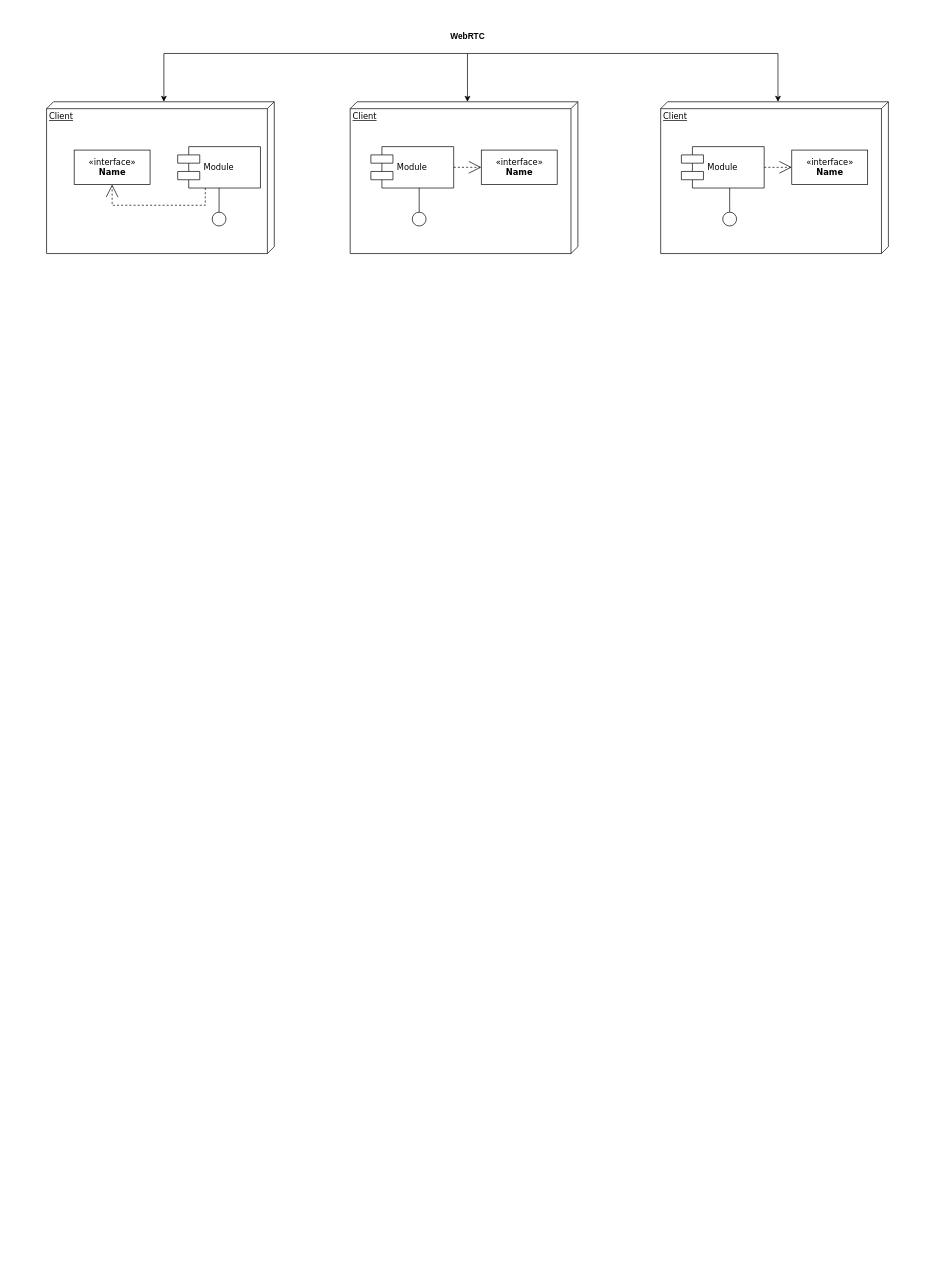
This is Untitled Diagram.drawio from P72024/P7Project, a draw.io file, before an edit. Source tidied: cells renumbered, new cells numbered last; positions are measured from the earlier drawing's top-left corner, leaving out a move shared by most shapes. Both pictures are drawn from the tidied source at 69%, with x=0, y=0 at pixel (46, 26).
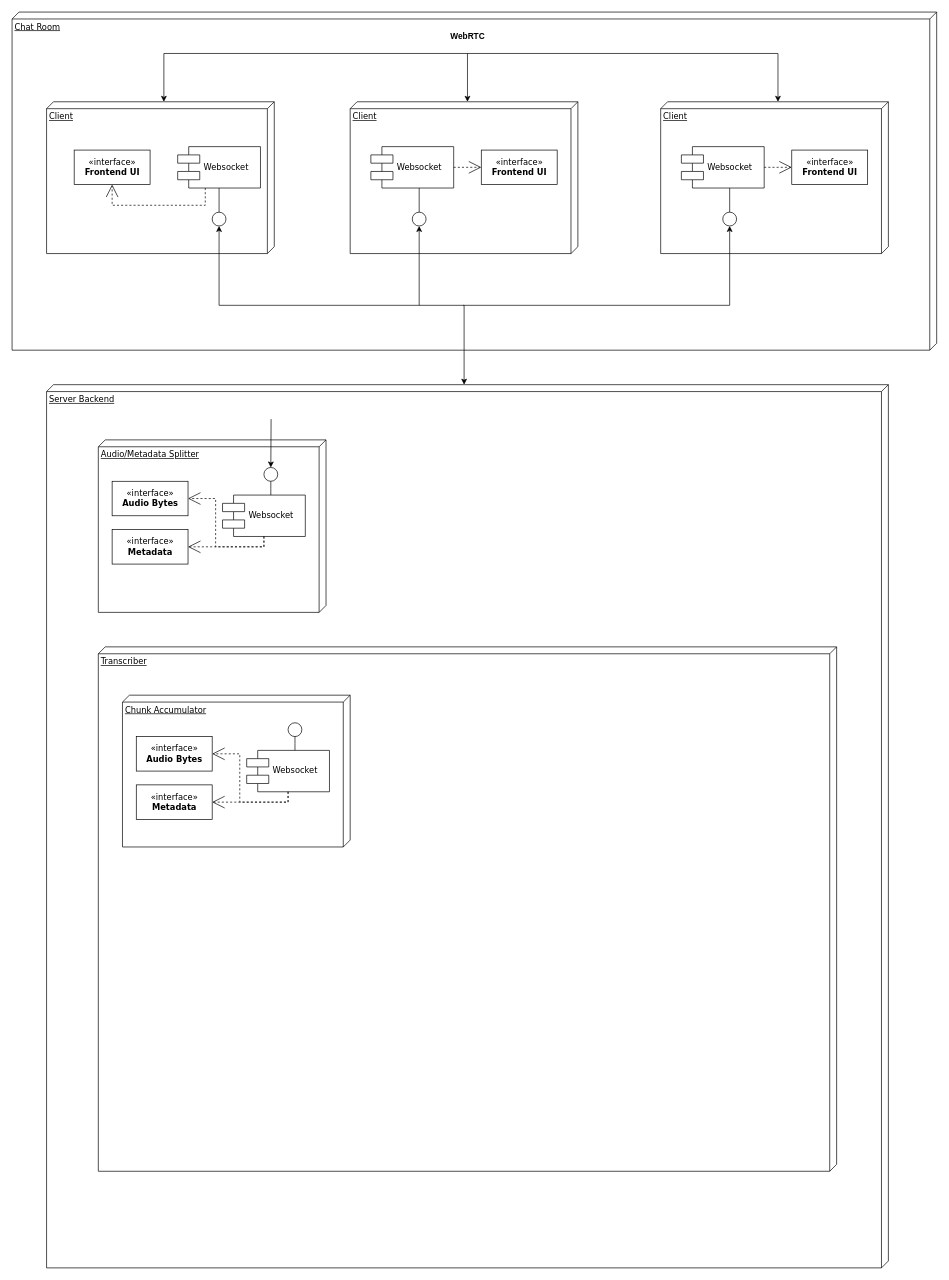
After the change.

Unchanged cells that the change refers to:
```xml
<mxCell id="6" style="ellipse;whiteSpace=wrap;html=1;rounded=0;shadow=0;comic=0;labelBackgroundColor=none;strokeWidth=1;fontFamily=Verdana;fontSize=12;align=center;" parent="1" vertex="1">
  <mxGeometry x="240" y="270" width="20" height="20" as="geometry" />
</mxCell>
<mxCell id="9" style="ellipse;whiteSpace=wrap;html=1;rounded=0;shadow=0;comic=0;labelBackgroundColor=none;strokeWidth=1;fontFamily=Verdana;fontSize=12;align=center;" parent="1" vertex="1">
  <mxGeometry x="530" y="270" width="20" height="20" as="geometry" />
</mxCell>
<mxCell id="17" style="ellipse;whiteSpace=wrap;html=1;rounded=0;shadow=0;comic=0;labelBackgroundColor=none;strokeWidth=1;fontFamily=Verdana;fontSize=12;align=center;" parent="1" vertex="1">
  <mxGeometry x="980" y="270" width="20" height="20" as="geometry" />
</mxCell>
```

The edit, as a diff of the source:
```diff
@@
+    <mxCell id="23" value="Chat Room" style="verticalAlign=top;align=left;spacingTop=8;spacingLeft=2;spacingRight=12;shape=cube;size=10;direction=south;fontStyle=4;html=1;rounded=0;shadow=0;comic=0;labelBackgroundColor=none;strokeWidth=1;fontFamily=Verdana;fontSize=12;" parent="1" vertex="1">
+      <mxGeometry x="-50" y="-20" width="1340" height="490" as="geometry" />
+    </mxCell>
@@
-    <mxCell id="4" value="&amp;laquo;interface&amp;raquo;&lt;br&gt;&lt;b&gt;Name&lt;/b&gt;" style="html=1;rounded=0;shadow=0;comic=0;labelBackgroundColor=none;strokeWidth=1;fontFamily=Verdana;fontSize=12;align=center;" parent="1" vertex="1">
+    <mxCell id="4" value="«interface»&lt;br&gt;&lt;b&gt;Frontend UI&lt;/b&gt;" style="html=1;rounded=0;shadow=0;comic=0;labelBackgroundColor=none;strokeWidth=1;fontFamily=Verdana;fontSize=12;align=center;" parent="1" vertex="1">
       <mxGeometry x="40" y="180" width="110" height="50" as="geometry" />
     </mxCell>
-    <mxCell id="5" value="Module" style="shape=component;align=left;spacingLeft=36;rounded=0;shadow=0;comic=0;labelBackgroundColor=none;strokeWidth=1;fontFamily=Verdana;fontSize=12;html=1;" parent="1" vertex="1">
+    <mxCell id="5" value="Websocket" style="shape=component;align=left;spacingLeft=36;rounded=0;shadow=0;comic=0;labelBackgroundColor=none;strokeWidth=1;fontFamily=Verdana;fontSize=12;html=1;" parent="1" vertex="1">
       <mxGeometry x="190" y="175" width="120" height="60" as="geometry" />
     </mxCell>
@@
-    <mxCell id="7" value="Module" style="shape=component;align=left;spacingLeft=36;rounded=0;shadow=0;comic=0;labelBackgroundColor=none;strokeWidth=1;fontFamily=Verdana;fontSize=12;html=1;" parent="1" vertex="1">
+    <mxCell id="7" value="Websocket" style="shape=component;align=left;spacingLeft=36;rounded=0;shadow=0;comic=0;labelBackgroundColor=none;strokeWidth=1;fontFamily=Verdana;fontSize=12;html=1;" parent="1" vertex="1">
       <mxGeometry x="470" y="175" width="120" height="60" as="geometry" />
     </mxCell>
-    <mxCell id="8" value="&amp;laquo;interface&amp;raquo;&lt;br&gt;&lt;b&gt;Name&lt;/b&gt;" style="html=1;rounded=0;shadow=0;comic=0;labelBackgroundColor=none;strokeWidth=1;fontFamily=Verdana;fontSize=12;align=center;" parent="1" vertex="1">
+    <mxCell id="8" value="«interface»&lt;br&gt;&lt;b&gt;Frontend UI&lt;/b&gt;" style="html=1;rounded=0;shadow=0;comic=0;labelBackgroundColor=none;strokeWidth=1;fontFamily=Verdana;fontSize=12;align=center;" parent="1" vertex="1">
       <mxGeometry x="630" y="180" width="110" height="50" as="geometry" />
     </mxCell>
@@
-    <mxCell id="15" value="Module" style="shape=component;align=left;spacingLeft=36;rounded=0;shadow=0;comic=0;labelBackgroundColor=none;strokeWidth=1;fontFamily=Verdana;fontSize=12;html=1;" parent="1" vertex="1">
+    <mxCell id="15" value="Websocket" style="shape=component;align=left;spacingLeft=36;rounded=0;shadow=0;comic=0;labelBackgroundColor=none;strokeWidth=1;fontFamily=Verdana;fontSize=12;html=1;" parent="1" vertex="1">
       <mxGeometry x="920" y="175" width="120" height="60" as="geometry" />
     </mxCell>
-    <mxCell id="16" value="&amp;laquo;interface&amp;raquo;&lt;br&gt;&lt;b&gt;Name&lt;/b&gt;" style="html=1;rounded=0;shadow=0;comic=0;labelBackgroundColor=none;strokeWidth=1;fontFamily=Verdana;fontSize=12;align=center;" parent="1" vertex="1">
+    <mxCell id="16" value="«interface»&lt;br&gt;&lt;b&gt;Frontend UI&lt;/b&gt;" style="html=1;rounded=0;shadow=0;comic=0;labelBackgroundColor=none;strokeWidth=1;fontFamily=Verdana;fontSize=12;align=center;" parent="1" vertex="1">
       <mxGeometry x="1080" y="180" width="110" height="50" as="geometry" />
     </mxCell>
@@
+    <mxCell id="24" value="Server Backend" style="verticalAlign=top;align=left;spacingTop=8;spacingLeft=2;spacingRight=12;shape=cube;size=10;direction=south;fontStyle=4;html=1;rounded=0;shadow=0;comic=0;labelBackgroundColor=none;strokeWidth=1;fontFamily=Verdana;fontSize=12;" parent="1" vertex="1">
+      <mxGeometry y="520" width="1220" height="1280" as="geometry" />
+    </mxCell>
+    <mxCell id="25" value="Audio/Metadata Splitter" style="verticalAlign=top;align=left;spacingTop=8;spacingLeft=2;spacingRight=12;shape=cube;size=10;direction=south;fontStyle=4;html=1;rounded=0;shadow=0;comic=0;labelBackgroundColor=none;strokeWidth=1;fontFamily=Verdana;fontSize=12;" parent="1" vertex="1">
+      <mxGeometry x="75" y="600" width="330" height="250" as="geometry" />
+    </mxCell>
+    <mxCell id="26" style="edgeStyle=orthogonalEdgeStyle;rounded=0;jettySize=auto;html=1;exitX=0.5;exitY=1;exitDx=0;exitDy=0;entryX=0;entryY=0.504;entryDx=0;entryDy=0;entryPerimeter=0;startArrow=classic;startFill=1;" parent="1" edge="1" source="6" target="24">
+      <mxGeometry relative="1" as="geometry" />
+    </mxCell>
+    <mxCell id="27" value="Websocket" style="shape=component;align=left;spacingLeft=36;rounded=0;shadow=0;comic=0;labelBackgroundColor=none;strokeWidth=1;fontFamily=Verdana;fontSize=12;html=1;" parent="1" vertex="1">
+      <mxGeometry x="255" y="680" width="120" height="60" as="geometry" />
+    </mxCell>
+    <mxCell id="28" style="ellipse;whiteSpace=wrap;html=1;rounded=0;shadow=0;comic=0;labelBackgroundColor=none;strokeWidth=1;fontFamily=Verdana;fontSize=12;align=center;" parent="1" vertex="1">
+      <mxGeometry x="315" y="640" width="20" height="20" as="geometry" />
+    </mxCell>
+    <mxCell id="29" style="edgeStyle=elbowEdgeStyle;rounded=0;html=1;labelBackgroundColor=none;startArrow=none;startFill=0;startSize=8;endArrow=none;endFill=0;endSize=16;fontFamily=Verdana;fontSize=12;" parent="1" edge="1" source="28" target="27">
+      <mxGeometry relative="1" as="geometry" />
+    </mxCell>
+    <mxCell id="30" style="endArrow=none;html=1;rounded=0;exitX=0.5;exitY=0;exitDx=0;exitDy=0;entryX=0.039;entryY=0.762;entryDx=0;entryDy=0;entryPerimeter=0;endFill=0;startArrow=classic;startFill=1;" parent="1" edge="1" source="28">
+      <mxGeometry relative="1" as="geometry">
+        <mxPoint x="325.4" y="569.9" as="targetPoint" />
+      </mxGeometry>
+    </mxCell>
+    <mxCell id="31" style="endArrow=classic;html=1;rounded=0;entryX=0.5;entryY=1;entryDx=0;entryDy=0;" parent="1" edge="1" target="9">
+      <mxGeometry relative="1" as="geometry">
+        <mxPoint x="540" y="405" as="sourcePoint" />
+      </mxGeometry>
+    </mxCell>
+    <mxCell id="32" style="endArrow=classic;html=1;rounded=0;entryX=0.5;entryY=1;entryDx=0;entryDy=0;" parent="1" edge="1" target="17">
+      <mxGeometry relative="1" as="geometry">
+        <mxPoint x="604" y="405" as="sourcePoint" />
+        <Array as="points">
+          <mxPoint x="990" y="405" />
+        </Array>
+      </mxGeometry>
+    </mxCell>
+    <mxCell id="33" value="«interface»&lt;br&gt;&lt;b&gt;Audio Bytes&lt;/b&gt;" style="html=1;rounded=0;shadow=0;comic=0;labelBackgroundColor=none;strokeWidth=1;fontFamily=Verdana;fontSize=12;align=center;" parent="1" vertex="1">
+      <mxGeometry x="95" y="660" width="110" height="50" as="geometry" />
+    </mxCell>
+    <mxCell id="34" value="«interface»&lt;br&gt;&lt;b&gt;Metadata&lt;br&gt;&lt;/b&gt;" style="html=1;rounded=0;shadow=0;comic=0;labelBackgroundColor=none;strokeWidth=1;fontFamily=Verdana;fontSize=12;align=center;" parent="1" vertex="1">
+      <mxGeometry x="95" y="730" width="110" height="50" as="geometry" />
+    </mxCell>
+    <mxCell id="35" style="edgeStyle=orthogonalEdgeStyle;rounded=0;html=1;labelBackgroundColor=none;startArrow=none;startFill=0;startSize=8;endArrow=open;endFill=0;endSize=16;fontFamily=Verdana;fontSize=12;dashed=1;exitX=0.5;exitY=1;exitDx=0;exitDy=0;entryX=1;entryY=0.5;entryDx=0;entryDy=0;" parent="1" edge="1" source="27" target="34">
+      <mxGeometry relative="1" as="geometry">
+        <Array as="points">
+          <mxPoint x="315" y="755" />
+        </Array>
+      </mxGeometry>
+    </mxCell>
+    <mxCell id="36" style="edgeStyle=orthogonalEdgeStyle;rounded=0;html=1;labelBackgroundColor=none;startArrow=none;startFill=0;startSize=8;endArrow=open;endFill=0;endSize=16;fontFamily=Verdana;fontSize=12;dashed=1;entryX=1;entryY=0.5;entryDx=0;entryDy=0;" parent="1" edge="1" target="33">
+      <mxGeometry relative="1" as="geometry">
+        <mxPoint x="315" y="740" as="sourcePoint" />
+        <Array as="points">
+          <mxPoint x="315" y="755" />
+          <mxPoint x="245" y="755" />
+          <mxPoint x="245" y="685" />
+        </Array>
+      </mxGeometry>
+    </mxCell>
+    <mxCell id="37" value="Transcriber" style="verticalAlign=top;align=left;spacingTop=8;spacingLeft=2;spacingRight=12;shape=cube;size=10;direction=south;fontStyle=4;html=1;rounded=0;shadow=0;comic=0;labelBackgroundColor=none;strokeWidth=1;fontFamily=Verdana;fontSize=12;" parent="1" vertex="1">
+      <mxGeometry x="75" y="900" width="1070" height="760" as="geometry" />
+    </mxCell>
+    <mxCell id="38" value="Chunk Accumulator" style="verticalAlign=top;align=left;spacingTop=8;spacingLeft=2;spacingRight=12;shape=cube;size=10;direction=south;fontStyle=4;html=1;rounded=0;shadow=0;comic=0;labelBackgroundColor=none;strokeWidth=1;fontFamily=Verdana;fontSize=12;" parent="1" vertex="1">
+      <mxGeometry x="110" y="970" width="330" height="220" as="geometry" />
+    </mxCell>
+    <mxCell id="39" value="Websocket" style="shape=component;align=left;spacingLeft=36;rounded=0;shadow=0;comic=0;labelBackgroundColor=none;strokeWidth=1;fontFamily=Verdana;fontSize=12;html=1;" parent="1" vertex="1">
+      <mxGeometry x="290" y="1050" width="120" height="60" as="geometry" />
+    </mxCell>
+    <mxCell id="40" style="ellipse;whiteSpace=wrap;html=1;rounded=0;shadow=0;comic=0;labelBackgroundColor=none;strokeWidth=1;fontFamily=Verdana;fontSize=12;align=center;" parent="1" vertex="1">
+      <mxGeometry x="350" y="1010" width="20" height="20" as="geometry" />
+    </mxCell>
+    <mxCell id="41" style="edgeStyle=elbowEdgeStyle;rounded=0;html=1;labelBackgroundColor=none;startArrow=none;startFill=0;startSize=8;endArrow=none;endFill=0;endSize=16;fontFamily=Verdana;fontSize=12;" parent="1" edge="1" source="40" target="39">
+      <mxGeometry relative="1" as="geometry" />
+    </mxCell>
+    <mxCell id="42" value="«interface»&lt;br&gt;&lt;b&gt;Audio Bytes&lt;/b&gt;" style="html=1;rounded=0;shadow=0;comic=0;labelBackgroundColor=none;strokeWidth=1;fontFamily=Verdana;fontSize=12;align=center;" parent="1" vertex="1">
+      <mxGeometry x="130" y="1030" width="110" height="50" as="geometry" />
+    </mxCell>
+    <mxCell id="43" value="«interface»&lt;br&gt;&lt;b&gt;Metadata&lt;br&gt;&lt;/b&gt;" style="html=1;rounded=0;shadow=0;comic=0;labelBackgroundColor=none;strokeWidth=1;fontFamily=Verdana;fontSize=12;align=center;" parent="1" vertex="1">
+      <mxGeometry x="130" y="1100" width="110" height="50" as="geometry" />
+    </mxCell>
+    <mxCell id="44" style="edgeStyle=orthogonalEdgeStyle;rounded=0;html=1;labelBackgroundColor=none;startArrow=none;startFill=0;startSize=8;endArrow=open;endFill=0;endSize=16;fontFamily=Verdana;fontSize=12;dashed=1;exitX=0.5;exitY=1;exitDx=0;exitDy=0;entryX=1;entryY=0.5;entryDx=0;entryDy=0;" parent="1" edge="1" source="39" target="43">
+      <mxGeometry relative="1" as="geometry">
+        <Array as="points">
+          <mxPoint x="350" y="1125" />
+        </Array>
+      </mxGeometry>
+    </mxCell>
+    <mxCell id="45" style="edgeStyle=orthogonalEdgeStyle;rounded=0;html=1;labelBackgroundColor=none;startArrow=none;startFill=0;startSize=8;endArrow=open;endFill=0;endSize=16;fontFamily=Verdana;fontSize=12;dashed=1;entryX=1;entryY=0.5;entryDx=0;entryDy=0;" parent="1" edge="1" target="42">
+      <mxGeometry relative="1" as="geometry">
+        <mxPoint x="350" y="1110" as="sourcePoint" />
+        <Array as="points">
+          <mxPoint x="350" y="1125" />
+          <mxPoint x="280" y="1125" />
+          <mxPoint x="280" y="1055" />
+        </Array>
+      </mxGeometry>
+    </mxCell>
```
